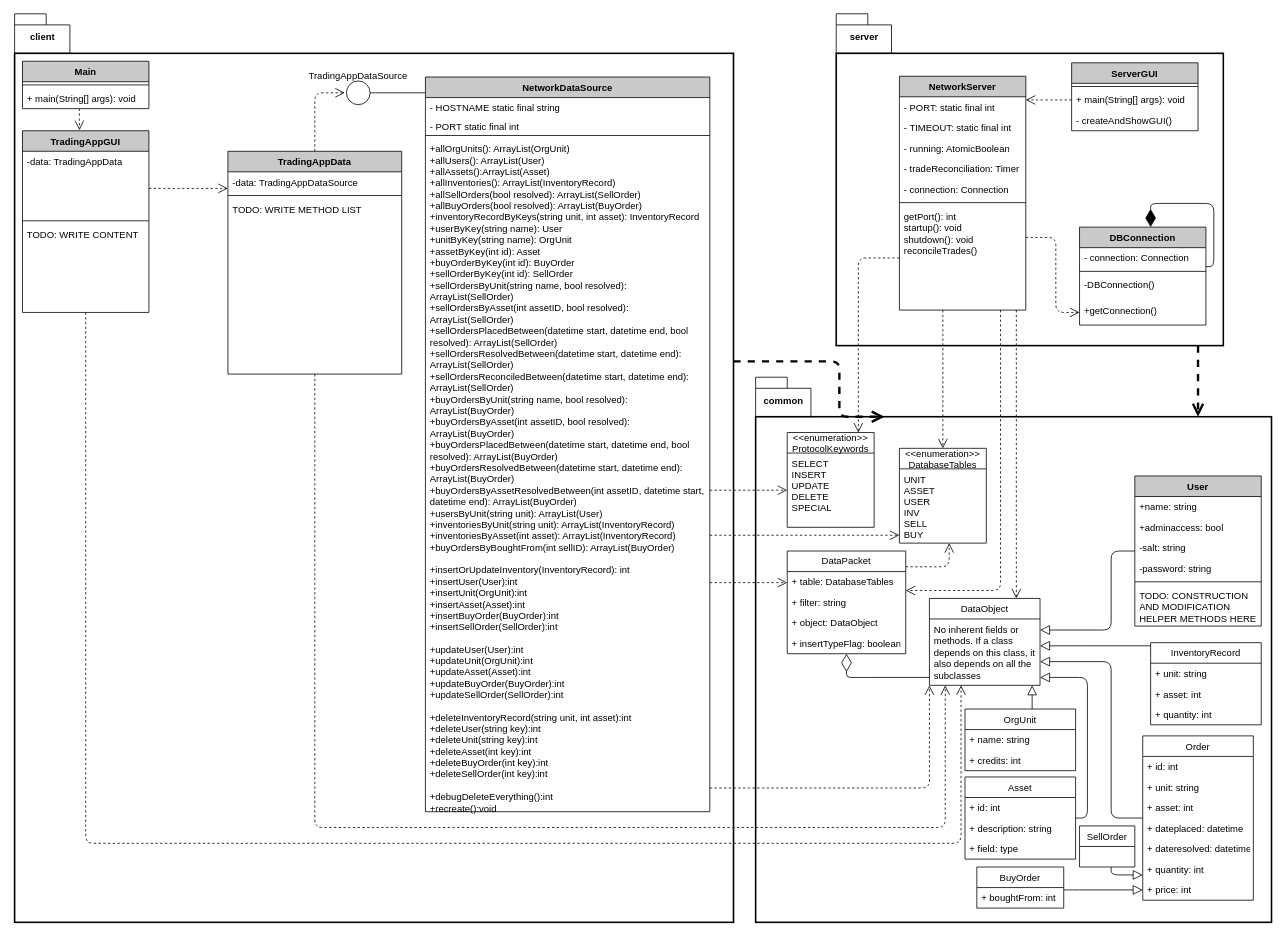
Earlier version of the draw.io diagram Documentation/Diagrams/ClassDiagramNEW.drawio (voidify3/TradingApp). Source tidied: cells renumbered, new cells numbered last; positions are measured from the earlier drawing's top-left corner, leaving out a move shared by most shapes. Both pictures are drawn from the tidied source at 79%, with x=0, y=0 at pixel (14, 13).
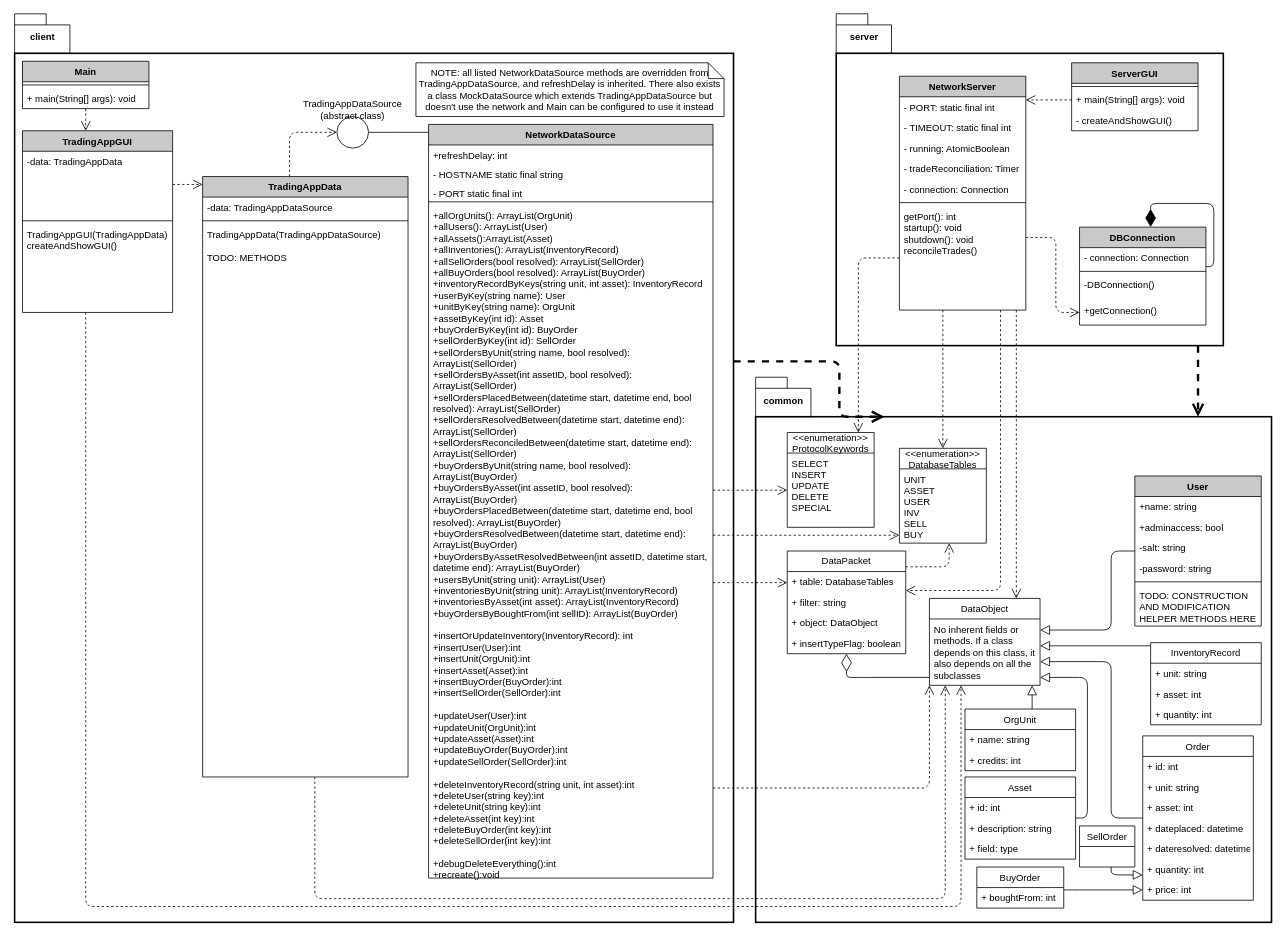
Above is the later version.

Unchanged cells that the change refers to:
```xml
<mxCell id="45" value="Main" style="swimlane;fontStyle=1;align=center;verticalAlign=top;horizontal=1;startSize=26;fontSize=12;strokeColor=#000000;strokeWidth=1;fillColor=#C9C9C9;html=0;" parent="1" vertex="1">
  <mxGeometry x="10" y="60" width="160" height="60" as="geometry" />
</mxCell>
<mxCell id="53" value="DataObject" style="swimlane;fontStyle=0;horizontal=1;startSize=26;fillColor=none;fontSize=12;strokeColor=#000000;strokeWidth=1;html=0;" parent="1" vertex="1">
  <mxGeometry x="1158" y="740" width="140" height="110" as="geometry" />
</mxCell>
```

What changed in the source:
```diff
@@
-    <mxCell id="7" style="edgeStyle=orthogonalEdgeStyle;rounded=1;jettySize=auto;html=1;entryX=1;entryY=0.5;entryDx=0;entryDy=0;startArrow=none;startFill=0;endArrow=none;endFill=0;startSize=10;endSize=10;" parent="1" edge="1" source="8" target="92">
+    <mxCell id="7" style="edgeStyle=orthogonalEdgeStyle;rounded=1;jettySize=auto;html=1;startArrow=none;startFill=0;endArrow=none;endFill=0;startSize=10;endSize=10;" parent="1" edge="1" source="8" target="92">
       <mxGeometry relative="1" as="geometry">
         <Array as="points">
-          <mxPoint x="455" y="100" />
+          <mxPoint x="488" y="150" />
+          <mxPoint x="488" y="150" />
         </Array>
       </mxGeometry>
     </mxCell>
     <mxCell id="8" value="NetworkDataSource" style="swimlane;fontStyle=1;align=center;verticalAlign=top;horizontal=1;startSize=26;fillColor=#C9C9C9;fontSize=12;whiteSpace=wrap;" parent="1" vertex="1">
-      <mxGeometry x="520" y="80" width="360" height="930" as="geometry" />
+      <mxGeometry x="524" y="140" width="360" height="954" as="geometry" />
     </mxCell>
-    <mxCell id="9" value="- HOSTNAME static final string" style="text;strokeColor=none;fillColor=none;align=left;verticalAlign=top;spacingLeft=4;spacingRight=4;overflow=hidden;fontSize=12;whiteSpace=wrap;" parent="8" vertex="1">
+    <mxCell id="9" value="+refreshDelay: int" style="text;strokeColor=none;fillColor=none;align=left;verticalAlign=top;spacingLeft=4;spacingRight=4;overflow=hidden;fontSize=12;whiteSpace=wrap;" parent="8" vertex="1">
       <mxGeometry y="26" width="360" height="24" as="geometry" />
     </mxCell>
+    <mxCell id="110" value="- HOSTNAME static final string" style="text;strokeColor=none;fillColor=none;align=left;verticalAlign=top;spacingLeft=4;spacingRight=4;overflow=hidden;fontSize=12;whiteSpace=wrap;" parent="8" vertex="1">
+      <mxGeometry y="50" width="360" height="24" as="geometry" />
+    </mxCell>
     <mxCell id="10" value="- PORT static final int" style="text;strokeColor=none;fillColor=none;align=left;verticalAlign=top;spacingLeft=4;spacingRight=4;overflow=hidden;fontSize=12;whiteSpace=wrap;" parent="8" vertex="1">
-      <mxGeometry y="50" width="360" height="20" as="geometry" />
+      <mxGeometry y="74" width="360" height="20" as="geometry" />
     </mxCell>
     <mxCell id="11" style="line;strokeWidth=1;fillColor=none;align=left;verticalAlign=middle;spacingTop=-1;spacingLeft=3;spacingRight=3;labelPosition=right;fontSize=12;whiteSpace=wrap;" parent="8" vertex="1">
-      <mxGeometry y="70" width="360" height="8" as="geometry" />
+      <mxGeometry y="94" width="360" height="8" as="geometry" />
     </mxCell>
     <mxCell id="12" value="+allOrgUnits(): ArrayList(OrgUnit)&#10;+allUsers(): ArrayList(User)&#10;+allAssets():ArrayList(Asset)&#10;+allInventories(): ArrayList(InventoryRecord)&#10;+allSellOrders(bool resolved): ArrayList(SellOrder)&#10;+allBuyOrders(bool resolved): ArrayList(BuyOrder)&#10;+inventoryRecordByKeys(string unit, int asset): InventoryRecord&#10;+userByKey(string name): User&#10;+unitByKey(string name): OrgUnit&#10;+assetByKey(int id): Asset&#10;+buyOrderByKey(int id): BuyOrder&#10;+sellOrderByKey(int id): SellOrder&#10;+sellOrdersByUnit(string name, bool resolved): ArrayList(SellOrder)&#10;+sellOrdersByAsset(int assetID, bool resolved): ArrayList(SellOrder)&#10;+sellOrdersPlacedBetween(datetime start, datetime end, bool resolved): ArrayList(SellOrder)&#10;+sellOrdersResolvedBetween(datetime start, datetime end): ArrayList(SellOrder)&#10;+sellOrdersReconciledBetween(datetime start, datetime end): ArrayList(SellOrder)&#10;+buyOrdersByUnit(string name, bool resolved): ArrayList(BuyOrder)&#10;+buyOrdersByAsset(int assetID, bool resolved): ArrayList(BuyOrder)&#10;+buyOrdersPlacedBetween(datetime start, datetime end, bool resolved): ArrayList(BuyOrder)&#10;+buyOrdersResolvedBetween(datetime start, datetime end): ArrayList(BuyOrder)&#10;+buyOrdersByAssetResolvedBetween(int assetID, datetime start, datetime end): ArrayList(BuyOrder)&#10;+usersByUnit(string unit): ArrayList(User)&#10;+inventoriesByUnit(string unit): ArrayList(InventoryRecord)&#10;+inventoriesByAsset(int asset): ArrayList(InventoryRecord)&#10;+buyOrdersByBoughtFrom(int sellID): ArrayList(BuyOrder)&#10;&#10;+insertOrUpdateInventory(InventoryRecord): int&#10;+insertUser(User):int&#10;+insertUnit(OrgUnit):int&#10;+insertAsset(Asset):int&#10;+insertBuyOrder(BuyOrder):int&#10;+insertSellOrder(SellOrder):int&#10;&#10;+updateUser(User):int&#10;+updateUnit(OrgUnit):int&#10;+updateAsset(Asset):int&#10;+updateBuyOrder(BuyOrder):int&#10;+updateSellOrder(SellOrder):int&#10;&#10;+deleteInventoryRecord(string unit, int asset):int&#10;+deleteUser(string key):int&#10;+deleteUnit(string key):int&#10;+deleteAsset(int key):int&#10;+deleteBuyOrder(int key):int&#10;+deleteSellOrder(int key):int&#10;&#10;+debugDeleteEverything():int&#10;+recreate():void" style="text;strokeColor=none;fillColor=none;align=left;verticalAlign=top;spacingLeft=4;spacingRight=4;overflow=hidden;points=[[0,0.5],[1,0.5]];portConstraint=eastwest;whiteSpace=wrap;fontSize=12;" parent="8" vertex="1">
-      <mxGeometry y="78" width="360" height="852" as="geometry" />
+      <mxGeometry y="102" width="360" height="852" as="geometry" />
     </mxCell>
@@
-    <mxCell id="34" style="edgeStyle=orthogonalEdgeStyle;rounded=1;jettySize=auto;html=1;exitX=0.5;exitY=0;exitDx=0;exitDy=0;fontSize=12;endArrow=open;endFill=0;endSize=10;startSize=10;dashed=1;" parent="1" edge="1" source="35">
+    <mxCell id="34" style="edgeStyle=orthogonalEdgeStyle;rounded=1;jettySize=auto;html=1;fontSize=12;endArrow=open;endFill=0;endSize=10;startSize=10;dashed=1;" parent="1" edge="1" source="35" target="92">
       <mxGeometry relative="1" as="geometry">
-        <mxPoint x="418" y="100" as="targetPoint" />
         <Array as="points">
-          <mxPoint x="380" y="100" />
+          <mxPoint x="348" y="150" />
         </Array>
       </mxGeometry>
     </mxCell>
     <mxCell id="35" value="TradingAppData" style="swimlane;fontStyle=1;align=center;verticalAlign=top;horizontal=1;startSize=26;fontSize=12;strokeColor=#000000;strokeWidth=1;fillColor=#C9C9C9;html=0;" parent="1" vertex="1">
-      <mxGeometry x="270" y="174" width="220" height="282" as="geometry" />
+      <mxGeometry x="238" y="206" width="260" height="760" as="geometry" />
     </mxCell>
     <mxCell id="36" value="-data: TradingAppDataSource" style="text;strokeColor=none;fillColor=none;align=left;verticalAlign=top;spacingLeft=4;spacingRight=4;overflow=hidden;" parent="35" vertex="1">
-      <mxGeometry y="26" width="220" height="26" as="geometry" />
+      <mxGeometry y="26" width="260" height="26" as="geometry" />
     </mxCell>
     <mxCell id="37" style="line;strokeWidth=1;fillColor=none;align=left;verticalAlign=middle;spacingTop=-1;spacingLeft=3;spacingRight=3;labelPosition=right;" parent="35" vertex="1">
-      <mxGeometry y="52" width="220" height="8" as="geometry" />
+      <mxGeometry y="52" width="260" height="8" as="geometry" />
     </mxCell>
-    <mxCell id="38" value="TODO: WRITE METHOD LIST" style="text;strokeColor=none;fillColor=none;align=left;verticalAlign=top;spacingLeft=4;spacingRight=4;overflow=hidden;points=[[0,0.5],[1,0.5]];portConstraint=eastwest;whiteSpace=wrap;" parent="35" vertex="1">
-      <mxGeometry y="60" width="220" height="222" as="geometry" />
+    <mxCell id="38" value="TradingAppData(TradingAppDataSource)&#10;&#10;TODO: METHODS" style="text;strokeColor=none;fillColor=none;align=left;verticalAlign=top;spacingLeft=4;spacingRight=4;overflow=hidden;points=[[0,0.5],[1,0.5]];portConstraint=eastwest;whiteSpace=wrap;" parent="35" vertex="1">
+      <mxGeometry y="60" width="260" height="700" as="geometry" />
     </mxCell>
@@
-    <mxCell id="44" style="edgeStyle=orthogonalEdgeStyle;rounded=1;jettySize=auto;html=1;fontSize=12;endArrow=open;endFill=0;endSize=10;startSize=10;dashed=1;entryX=0.451;entryY=-0.003;entryDx=0;entryDy=0;entryPerimeter=0;" parent="1" edge="1" source="45" target="48">
+    <mxCell id="44" style="edgeStyle=orthogonalEdgeStyle;rounded=1;jettySize=auto;html=1;fontSize=12;endArrow=open;endFill=0;endSize=10;startSize=10;dashed=1;" parent="1" edge="1" source="45" target="48">
       <mxGeometry relative="1" as="geometry">
         <Array as="points">
-          <mxPoint x="82" y="140" />
-          <mxPoint x="82" y="140" />
+          <mxPoint x="90" y="140" />
+          <mxPoint x="90" y="140" />
         </Array>
       </mxGeometry>
     </mxCell>
@@
     <mxCell id="48" value="TradingAppGUI" style="swimlane;fontStyle=1;align=center;verticalAlign=top;horizontal=1;startSize=26;fontSize=12;strokeColor=#000000;strokeWidth=1;fillColor=#C9C9C9;html=0;" parent="1" vertex="1">
-      <mxGeometry x="10" y="148" width="160" height="230" as="geometry" />
+      <mxGeometry x="10" y="148" width="190" height="230" as="geometry" />
     </mxCell>
     <mxCell id="49" value="-data: TradingAppData" style="text;strokeColor=none;fillColor=none;align=left;verticalAlign=top;spacingLeft=4;spacingRight=4;overflow=hidden;points=[[0,0.5],[1,0.5]];portConstraint=eastwest;whiteSpace=wrap;" parent="48" vertex="1">
-      <mxGeometry y="26" width="160" height="84" as="geometry" />
+      <mxGeometry y="26" width="190" height="84" as="geometry" />
     </mxCell>
     <mxCell id="50" style="line;strokeWidth=1;fillColor=none;align=left;verticalAlign=middle;spacingTop=-1;spacingLeft=3;spacingRight=3;labelPosition=right;" parent="48" vertex="1">
-      <mxGeometry y="110" width="160" height="8" as="geometry" />
+      <mxGeometry y="110" width="190" height="8" as="geometry" />
     </mxCell>
-    <mxCell id="51" value="TODO: WRITE CONTENT" style="text;strokeColor=none;fillColor=none;align=left;verticalAlign=top;spacingLeft=4;spacingRight=4;overflow=hidden;points=[[0,0.5],[1,0.5]];portConstraint=eastwest;whiteSpace=wrap;" parent="48" vertex="1">
-      <mxGeometry y="118" width="160" height="112" as="geometry" />
+    <mxCell id="51" value="TradingAppGUI(TradingAppData)&#10;createAndShowGUI()" style="text;strokeColor=none;fillColor=none;align=left;verticalAlign=top;spacingLeft=4;spacingRight=4;overflow=hidden;points=[[0,0.5],[1,0.5]];portConstraint=eastwest;whiteSpace=wrap;" parent="48" vertex="1">
+      <mxGeometry y="118" width="190" height="112" as="geometry" />
     </mxCell>
-    <mxCell id="52" style="edgeStyle=orthogonalEdgeStyle;rounded=1;jettySize=auto;html=1;fontSize=12;endArrow=open;endFill=0;endSize=10;startSize=10;dashed=1;" parent="1" edge="1" source="49">
+    <mxCell id="52" style="edgeStyle=orthogonalEdgeStyle;rounded=1;jettySize=auto;html=1;fontSize=12;endArrow=open;endFill=0;endSize=10;startSize=10;dashed=1;" parent="1" edge="1" source="49" target="35">
       <mxGeometry relative="1" as="geometry">
-        <mxPoint x="270" y="221" as="targetPoint" />
         <Array as="points">
-          <mxPoint x="200" y="221" />
-          <mxPoint x="200" y="221" />
+          <mxPoint x="238" y="216" />
+          <mxPoint x="238" y="216" />
         </Array>
       </mxGeometry>
     </mxCell>
@@
-    <mxCell id="92" value="TradingAppDataSource&lt;br&gt;&lt;br&gt;&lt;br&gt;&lt;br&gt;" style="ellipse;whiteSpace=wrap;html=1;shadow=0;fillColor=#ffffff;gradientColor=none;" parent="1" vertex="1">
-      <mxGeometry x="420" y="85" width="30" height="30" as="geometry" />
+    <mxCell id="92" value="TradingAppDataSource&lt;br&gt;(abstract class)&lt;br&gt;&lt;br&gt;&lt;br&gt;&lt;br&gt;&lt;br&gt;" style="ellipse;whiteSpace=wrap;html=1;shadow=0;fillColor=#ffffff;gradientColor=none;" parent="1" vertex="1">
+      <mxGeometry x="408" y="130" width="40" height="40" as="geometry" />
     </mxCell>
@@
     <mxCell id="97" style="edgeStyle=orthogonalEdgeStyle;rounded=1;jettySize=auto;html=1;fontSize=12;endArrow=open;endFill=0;endSize=10;startSize=10;dashed=1;" parent="1" edge="1" source="38" target="53">
       <mxGeometry relative="1" as="geometry">
         <Array as="points">
-          <mxPoint x="380" y="1030" />
-          <mxPoint x="1178" y="1030" />
+          <mxPoint x="380" y="1120" />
+          <mxPoint x="1178" y="1120" />
         </Array>
       </mxGeometry>
     </mxCell>
     <mxCell id="98" style="edgeStyle=orthogonalEdgeStyle;rounded=1;jettySize=auto;html=1;fontSize=12;endArrow=open;endFill=0;endSize=10;startSize=10;dashed=1;" parent="1" edge="1" source="51" target="53">
       <mxGeometry relative="1" as="geometry">
         <Array as="points">
-          <mxPoint x="90" y="1050" />
-          <mxPoint x="1198" y="1050" />
+          <mxPoint x="90" y="1130" />
+          <mxPoint x="1198" y="1130" />
         </Array>
       </mxGeometry>
     </mxCell>
@@
+    <mxCell id="111" value="NOTE: all listed NetworkDataSource methods are overridden from TradingAppDataSource, and refreshDelay is inherited. There also exists a class MockDataSource which extends TradingAppDataSource but doesn't use the network and Main can be configured to use it instead" style="shape=note;size=20;whiteSpace=wrap;html=1;shadow=0;strokeWidth=1;fillColor=none;gradientColor=none;" parent="1" vertex="1">
+      <mxGeometry x="508" y="62" width="390" height="68" as="geometry" />
+    </mxCell>
```
